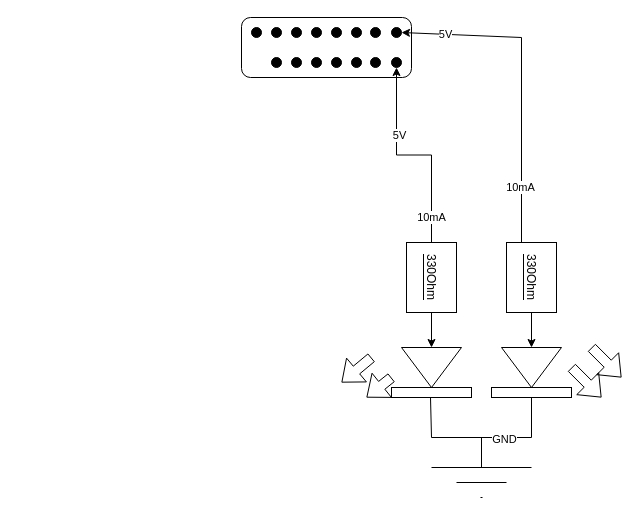
The draw.io diagram Diagramme sans nom.drawio in Augub57/Augub57, before the edit. Source tidied: cells renumbered, new cells numbered last; positions are measured from the earlier drawing's top-left corner, leaving out a move shared by most shapes. Both pictures are drawn from the tidied source at 100%, with x=0, y=0 at pixel (241, 17).
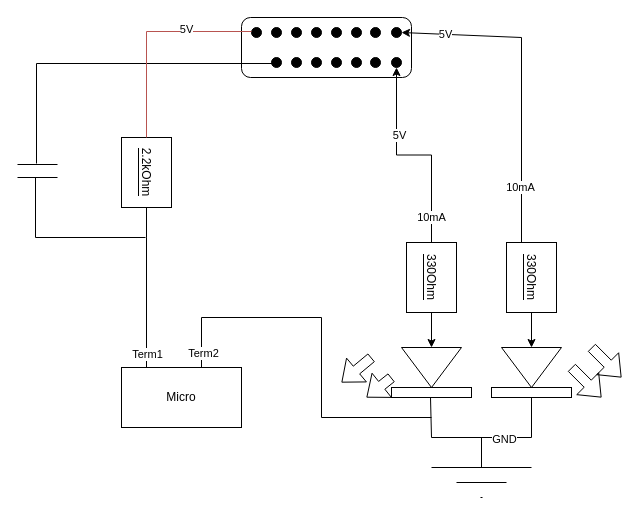
The same diagram, later.

Commit message:
Mettre à jour Diagramme sans nom.drawio

Change to the diagram source:
```diff
@@
+    <mxCell id="40" value="Micro" style="rounded=0;whiteSpace=wrap;html=1;labelBackgroundColor=#FFFFFF;" parent="1" vertex="1">
+      <mxGeometry x="-120" y="350" width="120" height="60" as="geometry" />
+    </mxCell>
+    <mxCell id="41" style="endArrow=none;html=1;rounded=0;fontColor=#000000;" parent="1" edge="1">
+      <mxGeometry relative="1" as="geometry">
+        <mxPoint x="-40" y="350" as="sourcePoint" />
+        <mxPoint x="190" y="400" as="targetPoint" />
+        <Array as="points">
+          <mxPoint x="-40" y="300" />
+          <mxPoint x="80" y="300" />
+          <mxPoint x="80" y="400" />
+        </Array>
+      </mxGeometry>
+    </mxCell>
+    <mxCell id="42" value="Term2" style="edgeLabel;html=1;align=center;verticalAlign=middle;fontColor=#000000;" parent="41" vertex="1">
+      <mxGeometry x="-0.92" y="-1" relative="1" as="geometry" />
+    </mxCell>
+    <mxCell id="43" style="endArrow=none;html=1;rounded=0;fontColor=#000000;" parent="1" edge="1">
+      <mxGeometry relative="1" as="geometry">
+        <mxPoint x="-95" y="350" as="sourcePoint" />
+        <mxPoint x="-95" y="220" as="targetPoint" />
+        <Array as="points">
+          <mxPoint x="-95" y="220" />
+          <mxPoint x="-95" y="190" />
+        </Array>
+      </mxGeometry>
+    </mxCell>
+    <mxCell id="44" value="Term1" style="edgeLabel;html=1;align=center;verticalAlign=middle;fontColor=#000000;" parent="43" vertex="1">
+      <mxGeometry x="-0.85" relative="1" as="geometry" />
+    </mxCell>
+    <mxCell id="45" value="&lt;span style=&quot;background-color: rgb(255, 255, 255);&quot;&gt;2.2kOhm&lt;/span&gt;" style="rounded=0;whiteSpace=wrap;html=1;labelBackgroundColor=#000000;rotation=90;" parent="1" vertex="1">
+      <mxGeometry x="-130" y="130" width="70" height="50" as="geometry" />
+    </mxCell>
+    <mxCell id="46" style="endArrow=none;html=1;rounded=0;fontColor=#000000;" parent="1" edge="1">
+      <mxGeometry relative="1" as="geometry">
+        <mxPoint x="-206" y="220" as="sourcePoint" />
+        <mxPoint x="-206" y="160" as="targetPoint" />
+      </mxGeometry>
+    </mxCell>
+    <mxCell id="47" style="endArrow=none;html=1;rounded=0;fontColor=#000000;" parent="1" edge="1">
+      <mxGeometry relative="1" as="geometry">
+        <mxPoint x="-224" y="160" as="sourcePoint" />
+        <mxPoint x="-184" y="160" as="targetPoint" />
+      </mxGeometry>
+    </mxCell>
+    <mxCell id="48" style="endArrow=none;html=1;rounded=0;fontColor=#000000;" parent="1" edge="1">
+      <mxGeometry relative="1" as="geometry">
+        <mxPoint x="-224" y="147" as="sourcePoint" />
+        <mxPoint x="-184" y="147" as="targetPoint" />
+      </mxGeometry>
+    </mxCell>
+    <mxCell id="49" style="endArrow=none;html=1;rounded=0;fontColor=#000000;entryX=0.5;entryY=1;entryDx=0;entryDy=0;" parent="1" edge="1">
+      <mxGeometry relative="1" as="geometry">
+        <mxPoint x="-205" y="146" as="sourcePoint" />
+        <mxPoint x="35" y="46" as="targetPoint" />
+        <Array as="points">
+          <mxPoint x="-205" y="46" />
+        </Array>
+      </mxGeometry>
+    </mxCell>
+    <mxCell id="50" style="endArrow=none;html=1;rounded=0;fontColor=#000000;" parent="1" edge="1">
+      <mxGeometry relative="1" as="geometry">
+        <mxPoint x="-206" y="220" as="sourcePoint" />
+        <mxPoint x="-96" y="220" as="targetPoint" />
+      </mxGeometry>
+    </mxCell>
+    <mxCell id="51" style="endArrow=none;html=1;rounded=0;fontColor=#000000;fillColor=#f8cecc;strokeColor=#b85450;" parent="1" edge="1" source="45">
+      <mxGeometry relative="1" as="geometry">
+        <mxPoint x="10" y="14" as="targetPoint" />
+        <Array as="points">
+          <mxPoint x="-95" y="14" />
+        </Array>
+      </mxGeometry>
+    </mxCell>
+    <mxCell id="52" value="5V" style="edgeLabel;html=1;align=center;verticalAlign=middle;fontColor=#000000;" parent="51" vertex="1">
+      <mxGeometry x="0.37" y="3" relative="1" as="geometry" />
+    </mxCell>
```
